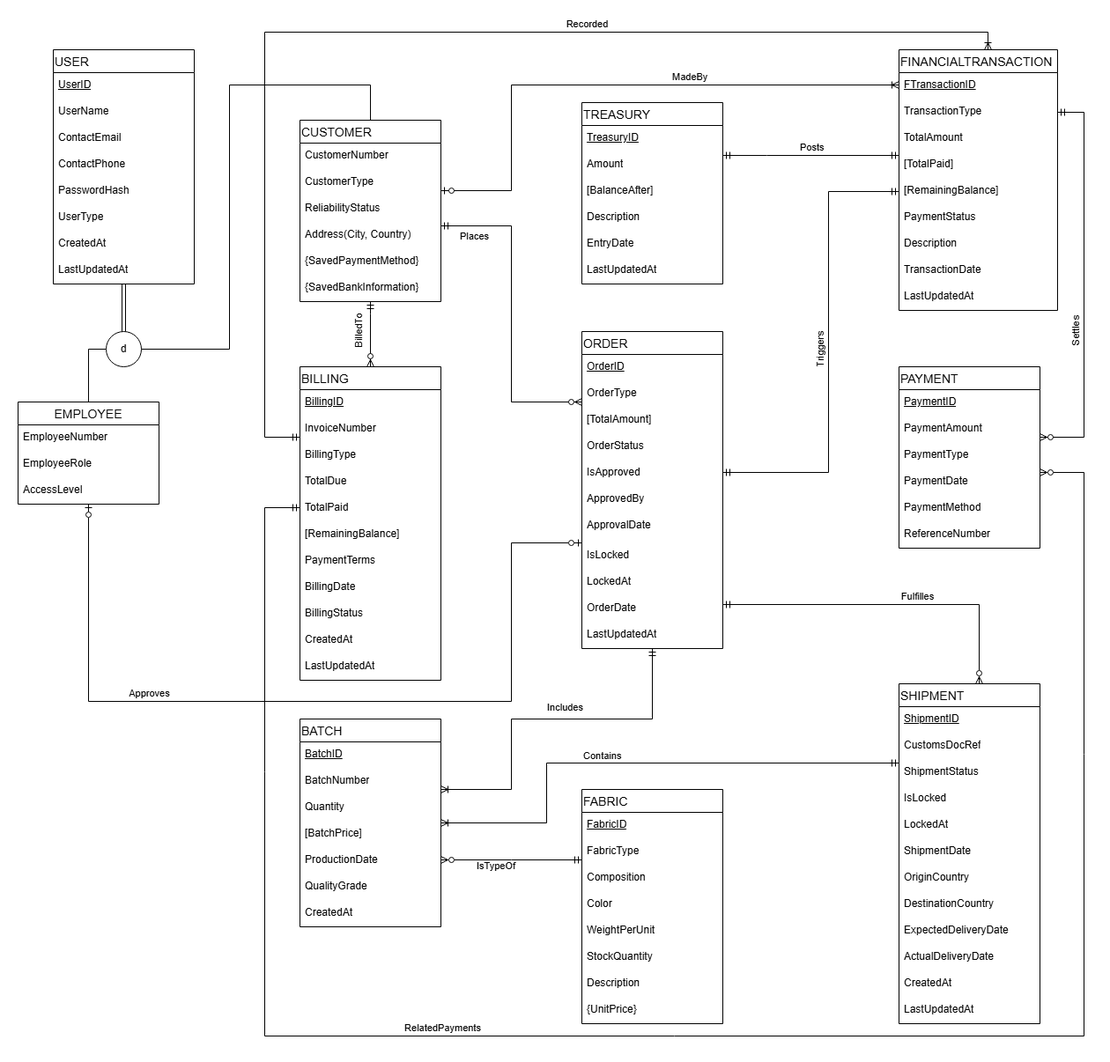
Before: KismetDatabase_v2.png, a diagram exported from draw.io (serkan-erol/CSE3055_Project). Source tidied: cells renumbered, new cells last; positions are measured from the earlier drawing's top-left corner, leaving out a move shared by most shapes.
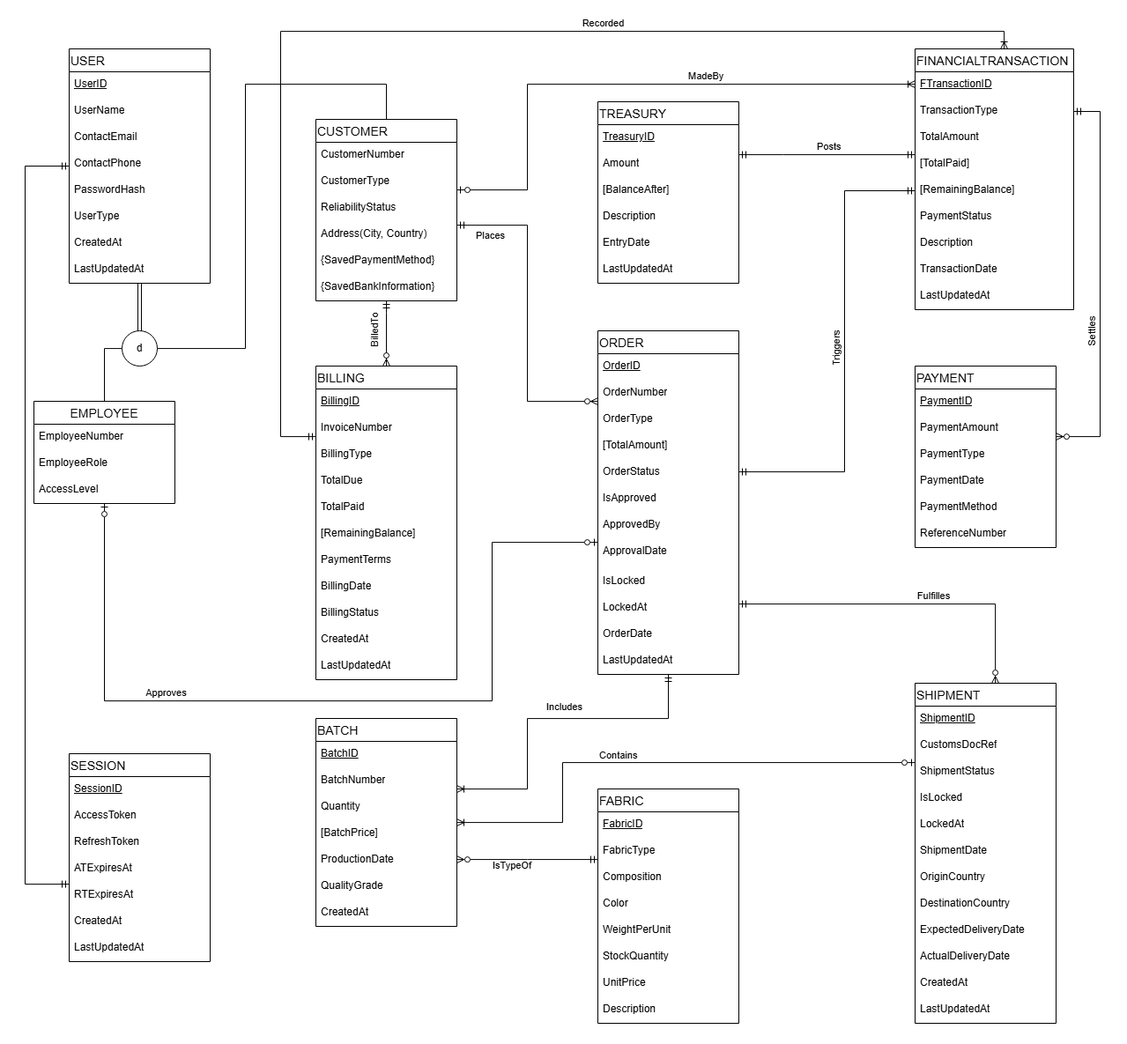
The same diagram one commit later.

Commit message:
Update: EER and Relational Diagrams

The edit, as a diff of the source:
```diff
@@ -148,21 +148,6 @@
         <mxPoint y="-10" as="offset" />
       </mxGeometry>
     </mxCell>
-    <mxCell id="48" style="edgeStyle=orthogonalEdgeStyle;rounded=0;jettySize=auto;html=1;endArrow=ERzeroToMany;endFill=0;startArrow=ERmandOne;startFill=0;labelBackgroundColor=none;fontColor=default;" parent="1" edge="1" source="50" target="39">
-      <mxGeometry relative="1" as="geometry">
-        <Array as="points">
-          <mxPoint x="280" y="540" />
-          <mxPoint x="280" y="1140" />
-          <mxPoint x="1210" y="1140" />
-          <mxPoint x="1210" y="500" />
-        </Array>
-      </mxGeometry>
-    </mxCell>
-    <mxCell id="49" value="RelatedPayments" style="edgeLabel;html=1;align=center;verticalAlign=middle;labelBackgroundColor=none;" parent="48" vertex="1">
-      <mxGeometry x="-0.26" y="1" relative="1" as="geometry">
-        <mxPoint x="3" y="-9" as="offset" />
-      </mxGeometry>
-    </mxCell>
     <mxCell id="50" value="BILLING" style="swimlane;fontStyle=0;horizontal=1;startSize=26;align=left;fontSize=14;labelBackgroundColor=none;" parent="1" vertex="1">
       <mxGeometry x="320" y="380" width="160" height="356" as="geometry" />
     </mxCell>
@@ -258,12 +243,12 @@
     <mxCell id="78" value="StockQuantity" style="text;strokeColor=none;fillColor=none;spacingLeft=4;spacingRight=4;overflow=hidden;fontSize=12;whiteSpace=wrap;html=1;align=left;labelBackgroundColor=none;" parent="72" vertex="1">
       <mxGeometry y="176" width="160" height="30" as="geometry" />
     </mxCell>
+    <mxCell id="80" value="UnitPrice" style="text;strokeColor=none;fillColor=none;spacingLeft=4;spacingRight=4;overflow=hidden;fontSize=12;whiteSpace=wrap;html=1;align=left;labelBackgroundColor=none;" parent="72" vertex="1">
+      <mxGeometry y="206" width="160" height="30" as="geometry" />
+    </mxCell>
     <mxCell id="79" value="Description" style="text;strokeColor=none;fillColor=none;spacingLeft=4;spacingRight=4;overflow=hidden;fontSize=12;whiteSpace=wrap;html=1;align=left;labelBackgroundColor=none;" parent="72" vertex="1">
-      <mxGeometry y="206" width="160" height="30" as="geometry" />
+      <mxGeometry y="236" width="160" height="30" as="geometry" />
     </mxCell>
-    <mxCell id="80" value="{UnitPrice}" style="text;strokeColor=none;fillColor=none;spacingLeft=4;spacingRight=4;overflow=hidden;fontSize=12;whiteSpace=wrap;html=1;align=left;labelBackgroundColor=none;" parent="72" vertex="1">
-      <mxGeometry y="236" width="160" height="30" as="geometry" />
-    </mxCell>
     <mxCell id="81" style="edgeStyle=orthogonalEdgeStyle;fontSize=12;html=1;endArrow=ERzeroToMany;startArrow=ERmandOne;rounded=0;align=left;labelBackgroundColor=none;fontColor=default;" parent="1" edge="1" source="2" target="99">
       <mxGeometry relative="1" as="geometry">
         <Array as="points">
@@ -341,7 +326,7 @@
         <mxPoint x="-37" y="8" as="offset" />
       </mxGeometry>
     </mxCell>
-    <mxCell id="93" style="fontSize=12;html=1;endArrow=ERoneToMany;startArrow=ERmandOne;rounded=0;align=left;labelBackgroundColor=none;fontColor=default;edgeStyle=orthogonalEdgeStyle;startFill=0;" parent="1" edge="1" source="9" target="64">
+    <mxCell id="93" style="fontSize=12;html=1;endArrow=ERoneToMany;startArrow=ERzeroToOne;rounded=0;align=left;labelBackgroundColor=none;fontColor=default;edgeStyle=orthogonalEdgeStyle;startFill=0;" parent="1" edge="1" source="9" target="64">
       <mxGeometry relative="1" as="geometry">
         <Array as="points">
           <mxPoint x="600" y="830" />
@@ -381,44 +366,55 @@
       </mxGeometry>
     </mxCell>
     <mxCell id="99" value="ORDER" style="swimlane;fontStyle=0;horizontal=1;startSize=26;align=left;fontSize=14;labelBackgroundColor=none;" parent="1" vertex="1">
-      <mxGeometry x="640" y="340" width="160" height="360" as="geometry" />
+      <mxGeometry x="640" y="340" width="160" height="390" as="geometry" />
     </mxCell>
     <mxCell id="100" value="&lt;u&gt;OrderID&lt;/u&gt;" style="text;strokeColor=none;fillColor=none;spacingLeft=4;spacingRight=4;overflow=hidden;fontSize=12;whiteSpace=wrap;html=1;align=left;labelBackgroundColor=none;" parent="99" vertex="1">
       <mxGeometry y="26" width="160" height="30" as="geometry" />
     </mxCell>
+    <mxCell id="130" value="OrderN&lt;span style=&quot;background-color: transparent; color: light-dark(rgb(0, 0, 0), rgb(255, 255, 255));&quot;&gt;umber&lt;/span&gt;" style="text;strokeColor=none;fillColor=none;spacingLeft=4;spacingRight=4;overflow=hidden;fontSize=12;whiteSpace=wrap;html=1;align=left;labelBackgroundColor=none;" parent="99" vertex="1">
+      <mxGeometry y="56" width="160" height="30" as="geometry" />
+    </mxCell>
     <mxCell id="101" value="OrderType" style="text;strokeColor=none;fillColor=none;spacingLeft=4;spacingRight=4;overflow=hidden;fontSize=12;whiteSpace=wrap;html=1;align=left;labelBackgroundColor=none;" parent="99" vertex="1">
-      <mxGeometry y="56" width="160" height="30" as="geometry" />
+      <mxGeometry y="86" width="160" height="30" as="geometry" />
     </mxCell>
     <mxCell id="102" value="[TotalAmount]" style="text;strokeColor=none;fillColor=none;spacingLeft=4;spacingRight=4;overflow=hidden;fontSize=12;whiteSpace=wrap;html=1;labelBackgroundColor=none;" parent="99" vertex="1">
-      <mxGeometry y="86" width="160" height="30" as="geometry" />
+      <mxGeometry y="116" width="160" height="30" as="geometry" />
     </mxCell>
     <mxCell id="103" value="OrderStatus" style="text;strokeColor=none;fillColor=none;spacingLeft=4;spacingRight=4;overflow=hidden;fontSize=12;whiteSpace=wrap;html=1;align=left;labelBackgroundColor=none;" parent="99" vertex="1">
-      <mxGeometry y="116" width="160" height="30" as="geometry" />
+      <mxGeometry y="146" width="160" height="30" as="geometry" />
     </mxCell>
     <mxCell id="104" value="IsApproved" style="text;strokeColor=none;fillColor=none;spacingLeft=4;spacingRight=4;overflow=hidden;fontSize=12;whiteSpace=wrap;html=1;align=left;labelBackgroundColor=none;" parent="99" vertex="1">
-      <mxGeometry y="146" width="160" height="30" as="geometry" />
+      <mxGeometry y="176" width="160" height="30" as="geometry" />
     </mxCell>
     <mxCell id="105" value="ApprovedBy" style="text;strokeColor=none;fillColor=none;spacingLeft=4;spacingRight=4;overflow=hidden;fontSize=12;whiteSpace=wrap;html=1;align=left;labelBackgroundColor=none;" parent="99" vertex="1">
-      <mxGeometry y="176" width="160" height="30" as="geometry" />
+      <mxGeometry y="206" width="160" height="30" as="geometry" />
     </mxCell>
     <mxCell id="106" value="ApprovalDate" style="text;strokeColor=none;fillColor=none;spacingLeft=4;spacingRight=4;overflow=hidden;fontSize=12;whiteSpace=wrap;html=1;align=left;labelBackgroundColor=none;" parent="99" vertex="1">
-      <mxGeometry y="206" width="160" height="34" as="geometry" />
+      <mxGeometry y="236" width="160" height="34" as="geometry" />
     </mxCell>
     <mxCell id="107" value="IsLocked" style="text;strokeColor=none;fillColor=none;spacingLeft=4;spacingRight=4;overflow=hidden;fontSize=12;whiteSpace=wrap;html=1;align=left;labelBackgroundColor=none;" parent="99" vertex="1">
-      <mxGeometry y="240" width="160" height="30" as="geometry" />
+      <mxGeometry y="270" width="160" height="30" as="geometry" />
     </mxCell>
     <mxCell id="108" value="LockedAt" style="text;strokeColor=none;fillColor=none;spacingLeft=4;spacingRight=4;overflow=hidden;fontSize=12;whiteSpace=wrap;html=1;align=left;labelBackgroundColor=none;" parent="99" vertex="1">
-      <mxGeometry y="270" width="160" height="30" as="geometry" />
+      <mxGeometry y="300" width="160" height="30" as="geometry" />
     </mxCell>
     <mxCell id="109" value="OrderDate" style="text;strokeColor=none;fillColor=none;spacingLeft=4;spacingRight=4;overflow=hidden;fontSize=12;whiteSpace=wrap;html=1;align=left;labelBackgroundColor=none;" parent="99" vertex="1">
-      <mxGeometry y="300" width="160" height="30" as="geometry" />
+      <mxGeometry y="330" width="160" height="30" as="geometry" />
     </mxCell>
     <mxCell id="110" value="LastUpdatedAt" style="text;strokeColor=none;fillColor=none;spacingLeft=4;spacingRight=4;overflow=hidden;fontSize=12;whiteSpace=wrap;html=1;labelBackgroundColor=none;" parent="99" vertex="1">
-      <mxGeometry y="330" width="160" height="30" as="geometry" />
+      <mxGeometry y="360" width="160" height="30" as="geometry" />
     </mxCell>
     <mxCell id="111" style="edgeStyle=orthogonalEdgeStyle;rounded=0;jettySize=auto;html=1;shape=link;labelBackgroundColor=none;fontColor=default;" parent="1" edge="1" source="112" target="123">
       <mxGeometry relative="1" as="geometry" />
     </mxCell>
+    <mxCell id="131" style="edgeStyle=orthogonalEdgeStyle;rounded=0;jettySize=auto;html=1;endArrow=ERmandOne;endFill=0;startArrow=ERmandOne;startFill=0;" parent="1" edge="1" source="112" target="132">
+      <mxGeometry relative="1" as="geometry">
+        <Array as="points">
+          <mxPoint x="-10" y="153" />
+          <mxPoint x="-10" y="968" />
+        </Array>
+      </mxGeometry>
+    </mxCell>
     <mxCell id="112" value="USER" style="swimlane;fontStyle=0;horizontal=1;startSize=26;align=left;fontSize=14;labelBackgroundColor=none;" parent="1" vertex="1">
       <mxGeometry x="40" y="20" width="160" height="266" as="geometry" />
     </mxCell>
@@ -469,8 +465,8 @@
       <mxGeometry relative="1" as="geometry">
         <Array as="points">
           <mxPoint x="80" y="760" />
-          <mxPoint x="560" y="760" />
-          <mxPoint x="560" y="580" />
+          <mxPoint x="520" y="760" />
+          <mxPoint x="520" y="580" />
         </Array>
       </mxGeometry>
     </mxCell>
@@ -491,5 +487,29 @@
     <mxCell id="129" value="AccessLevel" style="text;strokeColor=none;fillColor=none;spacingLeft=4;spacingRight=4;overflow=hidden;fontSize=12;whiteSpace=wrap;html=1;align=left;labelBackgroundColor=none;" parent="126" vertex="1">
       <mxGeometry y="86" width="160" height="30" as="geometry" />
     </mxCell>
+    <mxCell id="132" value="SESSION" style="swimlane;fontStyle=0;horizontal=1;startSize=26;align=left;fontSize=14;labelBackgroundColor=none;" parent="1" vertex="1">
+      <mxGeometry x="40" y="820" width="160" height="236" as="geometry" />
+    </mxCell>
+    <mxCell id="133" value="SessionID" style="text;strokeColor=none;fillColor=none;spacingLeft=4;spacingRight=4;overflow=hidden;fontSize=12;whiteSpace=wrap;html=1;fontStyle=4;align=left;labelBackgroundColor=none;" parent="132" vertex="1">
+      <mxGeometry y="26" width="160" height="30" as="geometry" />
+    </mxCell>
+    <mxCell id="134" value="AccessToken" style="text;strokeColor=none;fillColor=none;spacingLeft=4;spacingRight=4;overflow=hidden;fontSize=12;whiteSpace=wrap;html=1;align=left;labelBackgroundColor=none;" parent="132" vertex="1">
+      <mxGeometry y="56" width="160" height="30" as="geometry" />
+    </mxCell>
+    <mxCell id="135" value="RefreshToken" style="text;strokeColor=none;fillColor=none;spacingLeft=4;spacingRight=4;overflow=hidden;fontSize=12;whiteSpace=wrap;html=1;align=left;labelBackgroundColor=none;" parent="132" vertex="1">
+      <mxGeometry y="86" width="160" height="30" as="geometry" />
+    </mxCell>
+    <mxCell id="136" value="ATExpiresAt" style="text;strokeColor=none;fillColor=none;spacingLeft=4;spacingRight=4;overflow=hidden;fontSize=12;whiteSpace=wrap;html=1;align=left;labelBackgroundColor=none;" parent="132" vertex="1">
+      <mxGeometry y="116" width="160" height="30" as="geometry" />
+    </mxCell>
+    <mxCell id="137" value="RTExpiresAt" style="text;strokeColor=none;fillColor=none;spacingLeft=4;spacingRight=4;overflow=hidden;fontSize=12;whiteSpace=wrap;html=1;align=left;labelBackgroundColor=none;" parent="132" vertex="1">
+      <mxGeometry y="146" width="160" height="30" as="geometry" />
+    </mxCell>
+    <mxCell id="138" value="CreatedAt" style="text;strokeColor=none;fillColor=none;spacingLeft=4;spacingRight=4;overflow=hidden;fontSize=12;whiteSpace=wrap;html=1;labelBackgroundColor=none;" parent="132" vertex="1">
+      <mxGeometry y="176" width="160" height="30" as="geometry" />
+    </mxCell>
+    <mxCell id="139" value="LastUpdatedAt" style="text;strokeColor=none;fillColor=none;spacingLeft=4;spacingRight=4;overflow=hidden;fontSize=12;whiteSpace=wrap;html=1;labelBackgroundColor=none;" parent="132" vertex="1">
+      <mxGeometry y="206" width="160" height="30" as="geometry" />
+    </mxCell>
   </root>
 </mxGraphModel>
```
